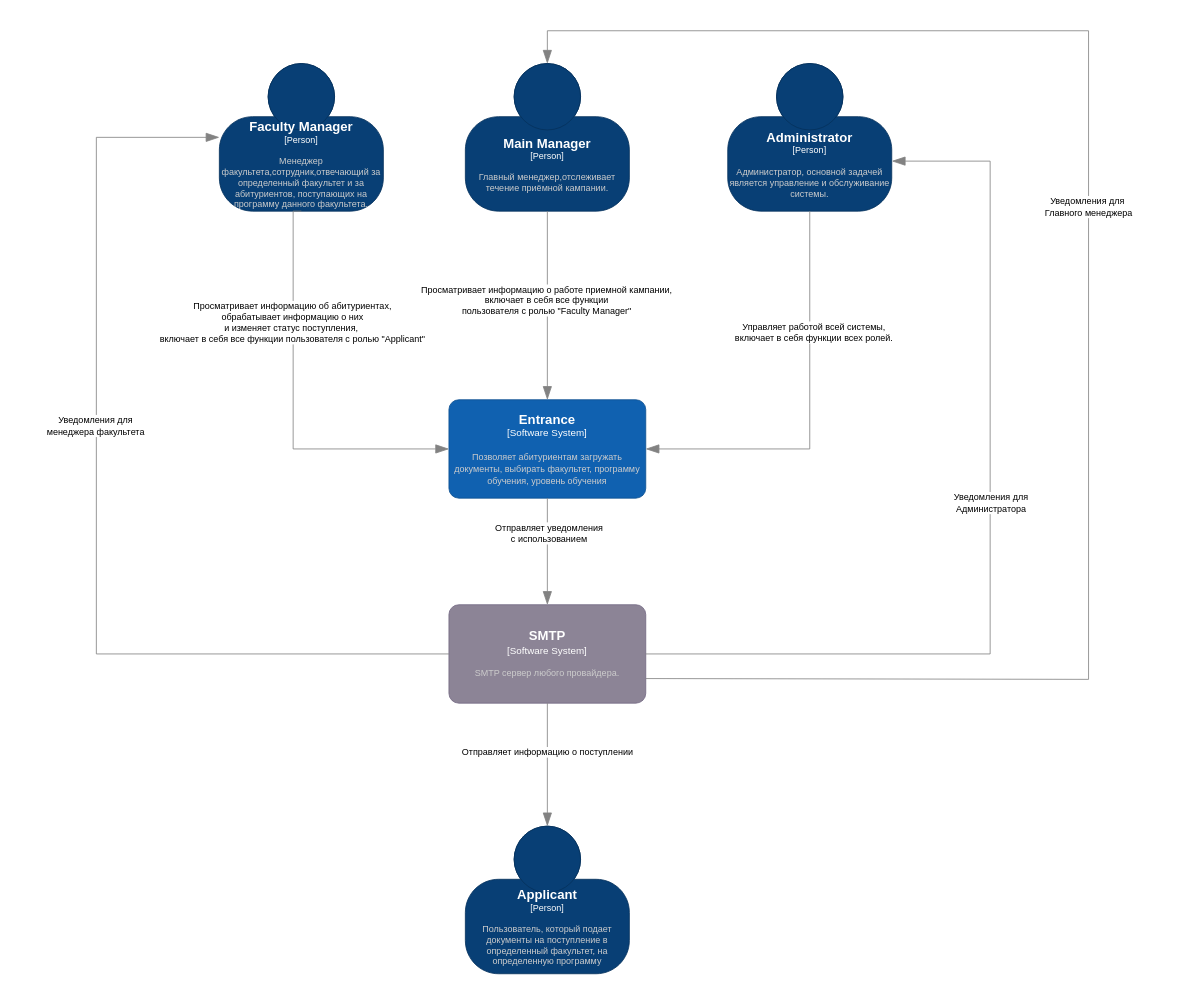
The draw.io diagram Artifacts/ContextFirstLevel/ContextFirstLevel.drawio.xml in vardee/Entrance-Service, before the edit. Source tidied: cells renumbered, new cells numbered last; positions are measured from the earlier drawing's top-left corner, leaving out a move shared by most shapes. Both pictures are drawn from the tidied source at 82%, with x=0, y=0 at pixel (96, 30).
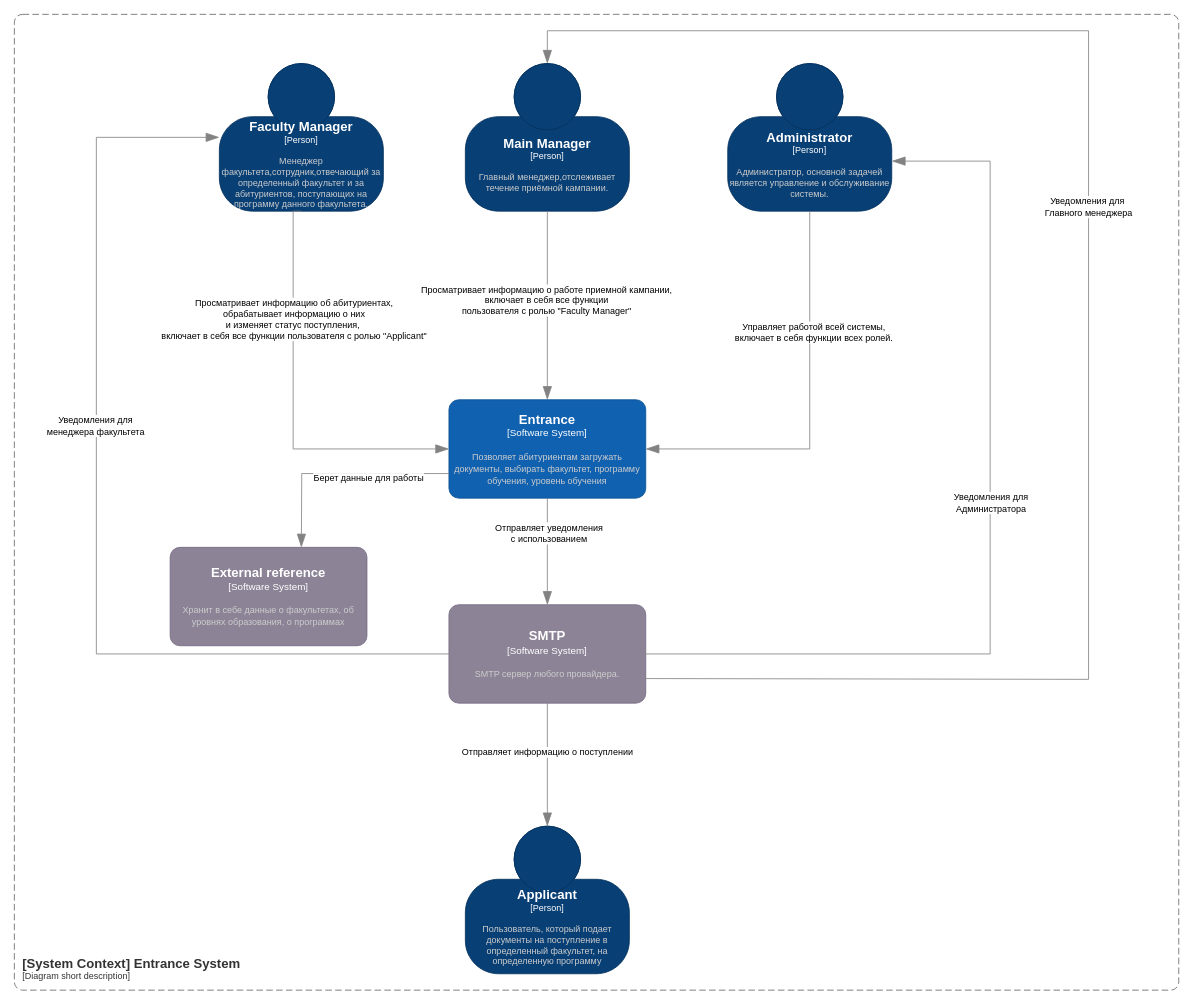
Above is the later version.

Unchanged cells that the change refers to:
```xml
<object id="6" label="&lt;font style=&quot;font-size: 16px&quot;&gt;&lt;b&gt;%c4Name%&lt;/b&gt;&lt;/font&gt;&lt;div&gt;[%c4Type%]&lt;/div&gt;&lt;br&gt;&lt;div&gt;&lt;font style=&quot;font-size: 11px&quot;&gt;&lt;font color=&quot;#cccccc&quot;&gt;%c4Description%&lt;/font&gt;&lt;/div&gt;" c4Description="Позволяет абитуриентам загружать документы, выбирать факультет, программу обучения, уровень обучения" c4Name="Entrance" c4Type="Software System" placeholders="1">
  <mxCell style="rounded=1;whiteSpace=wrap;html=1;labelBackgroundColor=none;fillColor=#1061B0;fontColor=#ffffff;align=center;arcSize=10;strokeColor=#0D5091;points=[[0.25,0,0],[0.5,0,0],[0.75,0,0],[1,0.25,0],[1,0.5,0],[1,0.75,0],[0.75,1,0],[0.5,1,0],[0.25,1,0],[0,0.75,0],[0,0.5,0],[0,0.25,0]];" parent="1" vertex="1">
    <mxGeometry x="430" y="450" width="240" height="120" as="geometry" />
  </mxCell>
</object>
<mxCell id="10" style="endArrow=blockThin;html=1;fontSize=10;fontColor=#404040;strokeWidth=1;endFill=1;strokeColor=#828282;elbow=vertical;endSize=14;startSize=14;jumpStyle=arc;jumpSize=16;rounded=0;edgeStyle=orthogonalEdgeStyle;exitX=0.5;exitY=1;exitDx=0;exitDy=0;exitPerimeter=0;entryX=0;entryY=0.5;entryDx=0;entryDy=0;entryPerimeter=0;" parent="1" edge="1" source="4" target="6">
  <mxGeometry relative="1" as="geometry">
    <Array as="points">
      <mxPoint x="240" y="220" />
      <mxPoint x="240" y="510" />
    </Array>
  </mxGeometry>
</mxCell>
```

Diff of the diagram source:
```diff
@@
     <mxCell id="11" value="Просматривает информацию об абитуриентах,&lt;br&gt;обрабатывает информацию о них &lt;br&gt;и изменяет статус поступления,&amp;nbsp;&lt;br&gt;включает в себя все функции пользователя с ролью &quot;Applicant&quot;" style="edgeLabel;html=1;align=center;verticalAlign=middle;" parent="10" vertex="1">
-      <mxGeometry x="-0.41" y="-2" relative="1" as="geometry" />
+      <mxGeometry x="-0.41" y="-2" relative="1" as="geometry">
+        <mxPoint x="2" y="-4" as="offset" />
+      </mxGeometry>
     </mxCell>
@@
+    <mxCell id="24" style="endArrow=blockThin;html=1;fontSize=10;fontColor=#404040;strokeWidth=1;endFill=1;strokeColor=#828282;elbow=vertical;endSize=14;startSize=14;jumpStyle=arc;jumpSize=16;rounded=0;edgeStyle=orthogonalEdgeStyle;exitX=0;exitY=0.75;exitDx=0;exitDy=0;exitPerimeter=0;entryX=1;entryY=0.5;entryDx=0;entryDy=0;entryPerimeter=0;" parent="1" edge="1" source="6">
+      <mxGeometry relative="1" as="geometry">
+        <mxPoint x="250" y="630" as="targetPoint" />
+      </mxGeometry>
+    </mxCell>
+    <mxCell id="25" value="Берет данные для работы" style="edgeLabel;html=1;align=center;verticalAlign=middle;" parent="24" vertex="1">
+      <mxGeometry x="-0.36" y="1" relative="1" as="geometry">
+        <mxPoint x="-13" y="4" as="offset" />
+      </mxGeometry>
+    </mxCell>
+    <object id="26" label="&lt;font style=&quot;font-size: 16px&quot;&gt;&lt;b&gt;%c4Name%&lt;/b&gt;&lt;/font&gt;&lt;div&gt;[%c4Type%]&lt;/div&gt;&lt;br&gt;&lt;div&gt;&lt;font style=&quot;font-size: 11px&quot;&gt;&lt;font color=&quot;#cccccc&quot;&gt;%c4Description%&lt;/font&gt;&lt;/div&gt;" c4Description="Хранит в себе данные о факультетах, об уровнях образования, о программах" c4Name="External reference" c4Type="Software System" placeholders="1">
+      <mxCell style="rounded=1;whiteSpace=wrap;html=1;labelBackgroundColor=none;fillColor=#8C8496;fontColor=#ffffff;align=center;arcSize=10;strokeColor=#736782;" parent="1" vertex="1">
+        <mxGeometry x="90" y="630" width="240" height="120" as="geometry" />
+      </mxCell>
+    </object>
+    <object id="27" label="&lt;font style=&quot;font-size: 16px&quot;&gt;&lt;b&gt;&lt;div style=&quot;text-align: left&quot;&gt;%c4Name%&lt;/div&gt;&lt;/b&gt;&lt;/font&gt;&lt;div style=&quot;text-align: left&quot;&gt;[%c4Application%]&lt;/div&gt;" c4Application="Diagram short description" c4Name="[System Context] Entrance System" placeholders="1">
+      <mxCell style="rounded=1;fontSize=11;whiteSpace=wrap;html=1;dashed=1;arcSize=20;fillColor=none;strokeColor=#666666;fontColor=#333333;labelBackgroundColor=none;align=left;verticalAlign=bottom;labelBorderColor=none;spacingTop=0;spacing=10;dashPattern=8 4;perimeter=rectanglePerimeter;noLabel=0;labelPadding=0;absoluteArcSize=1;" parent="1" vertex="1">
+        <mxGeometry x="-100" y="-20" width="1420" height="1190" as="geometry" />
+      </mxCell>
+    </object>
```
